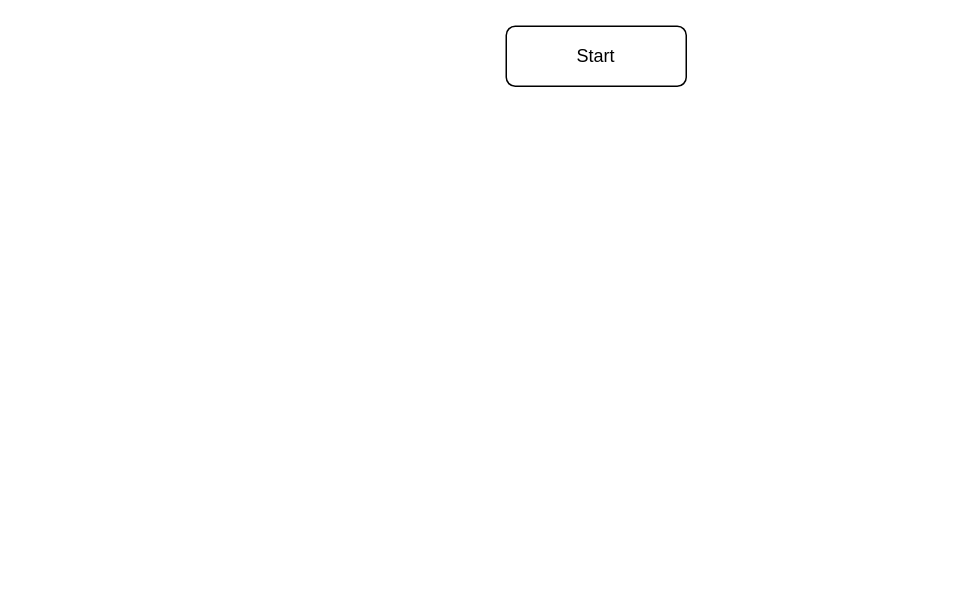
Adamarthis/labs keeps this draw.io diagram as lab5-1var1.drawio. Above is the earlier version. Source tidied: cells renumbered, new cells numbered last; positions are measured from the earlier drawing's top-left corner, leaving out a move shared by most shapes. Both pictures are drawn from the tidied source at 150%, with x=0, y=0 at pixel (506, 26).
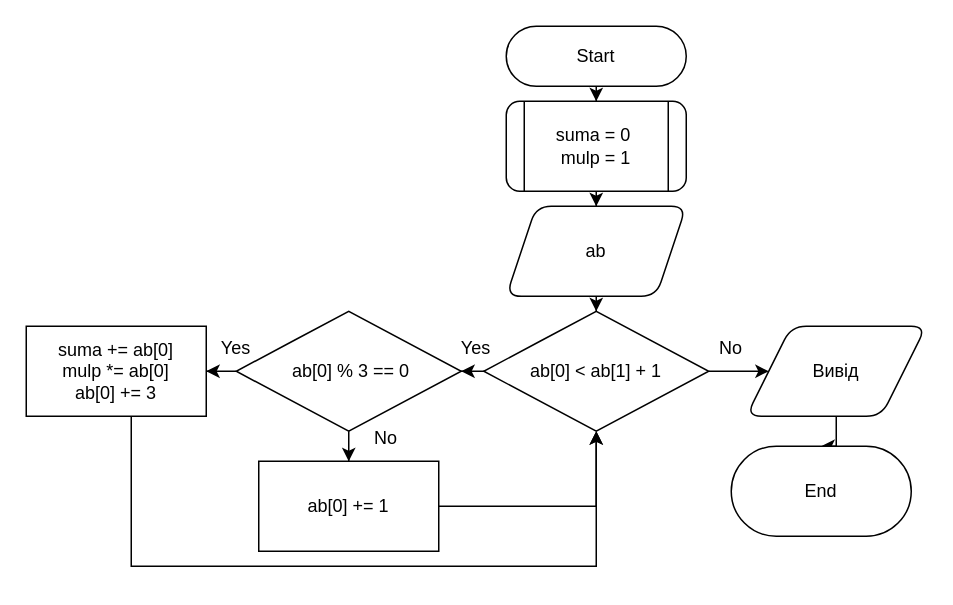
The same page after the edit.

Diff of the diagram source:
```diff
@@
+    <mxCell id="3" style="edgeStyle=orthogonalEdgeStyle;rounded=0;jettySize=auto;html=1;" parent="1" edge="1" source="2" target="5">
+      <mxGeometry relative="1" as="geometry" />
+    </mxCell>
-    <mxCell id="2" value="Start" style="rounded=1;whiteSpace=wrap;html=1;fontSize=12;glass=0;strokeWidth=1;shadow=0;" parent="1" vertex="1">
+    <mxCell id="2" value="Start" style="rounded=1;whiteSpace=wrap;html=1;fontSize=12;glass=0;strokeWidth=1;shadow=0;arcSize=50;" parent="1" vertex="1">
       <mxGeometry width="120" height="40" as="geometry" />
     </mxCell>
+    <mxCell id="4" style="edgeStyle=orthogonalEdgeStyle;rounded=0;jettySize=auto;html=1;" parent="1" edge="1" source="5" target="7">
+      <mxGeometry relative="1" as="geometry" />
+    </mxCell>
+    <mxCell id="5" value="suma = 0&amp;nbsp;&lt;div&gt;mulp = 1&lt;/div&gt;" style="shape=process;whiteSpace=wrap;html=1;backgroundOutline=1;rounded=1;glass=0;strokeWidth=1;shadow=0;" parent="1" vertex="1">
+      <mxGeometry y="50" width="120" height="60" as="geometry" />
+    </mxCell>
+    <mxCell id="6" style="edgeStyle=orthogonalEdgeStyle;rounded=0;jettySize=auto;html=1;" parent="1" edge="1" source="7" target="10">
+      <mxGeometry relative="1" as="geometry" />
+    </mxCell>
+    <mxCell id="7" value="ab" style="shape=parallelogram;perimeter=parallelogramPerimeter;whiteSpace=wrap;html=1;fixedSize=1;rounded=1;glass=0;strokeWidth=1;shadow=0;" parent="1" vertex="1">
+      <mxGeometry y="120" width="120" height="60" as="geometry" />
+    </mxCell>
+    <mxCell id="8" style="edgeStyle=orthogonalEdgeStyle;rounded=0;jettySize=auto;html=1;" parent="1" edge="1" source="10" target="13">
+      <mxGeometry relative="1" as="geometry" />
+    </mxCell>
+    <mxCell id="9" style="edgeStyle=orthogonalEdgeStyle;rounded=0;jettySize=auto;html=1;entryX=0;entryY=0.5;entryDx=0;entryDy=0;" parent="1" edge="1" source="10" target="23">
+      <mxGeometry relative="1" as="geometry" />
+    </mxCell>
+    <mxCell id="10" value="ab[0] &lt; ab[1] + 1" style="rhombus;whiteSpace=wrap;html=1;rounded=1;glass=0;strokeWidth=1;shadow=0;arcSize=0;" parent="1" vertex="1">
+      <mxGeometry x="-15" y="190" width="150" height="80" as="geometry" />
+    </mxCell>
+    <mxCell id="11" style="edgeStyle=orthogonalEdgeStyle;rounded=0;jettySize=auto;html=1;" parent="1" edge="1" source="13" target="15">
+      <mxGeometry relative="1" as="geometry" />
+    </mxCell>
+    <mxCell id="12" style="edgeStyle=orthogonalEdgeStyle;rounded=0;jettySize=auto;html=1;" parent="1" edge="1" source="13" target="17">
+      <mxGeometry relative="1" as="geometry" />
+    </mxCell>
+    <mxCell id="13" value="&amp;nbsp;ab[0] % 3 == 0" style="rhombus;whiteSpace=wrap;html=1;rounded=1;glass=0;strokeWidth=1;shadow=0;arcSize=0;" parent="1" vertex="1">
+      <mxGeometry x="-180" y="190" width="150" height="80" as="geometry" />
+    </mxCell>
+    <mxCell id="14" style="edgeStyle=orthogonalEdgeStyle;rounded=0;jettySize=auto;html=1;entryX=0.5;entryY=1;entryDx=0;entryDy=0;" parent="1" edge="1" source="15" target="10">
+      <mxGeometry relative="1" as="geometry">
+        <Array as="points">
+          <mxPoint x="-250" y="360" />
+          <mxPoint x="60" y="360" />
+        </Array>
+      </mxGeometry>
+    </mxCell>
+    <mxCell id="15" value="&lt;div&gt;suma += ab[0]&lt;/div&gt;&lt;div&gt;&amp;nbsp;mulp *= ab[0]&amp;nbsp;&lt;/div&gt;&lt;div&gt;ab[0] += 3&lt;/div&gt;" style="whiteSpace=wrap;html=1;rounded=1;glass=0;strokeWidth=1;shadow=0;arcSize=0;" parent="1" vertex="1">
+      <mxGeometry x="-320" y="200" width="120" height="60" as="geometry" />
+    </mxCell>
+    <mxCell id="16" style="edgeStyle=orthogonalEdgeStyle;rounded=0;jettySize=auto;html=1;entryX=0.5;entryY=1;entryDx=0;entryDy=0;" parent="1" edge="1" source="17" target="10">
+      <mxGeometry relative="1" as="geometry" />
+    </mxCell>
+    <mxCell id="17" value="ab[0] += 1" style="whiteSpace=wrap;html=1;rounded=1;glass=0;strokeWidth=1;shadow=0;arcSize=0;" parent="1" vertex="1">
+      <mxGeometry x="-165" y="290" width="120" height="60" as="geometry" />
+    </mxCell>
+    <mxCell id="18" value="Yes" style="text;html=1;align=center;verticalAlign=middle;whiteSpace=wrap;rounded=0;" parent="1" vertex="1">
+      <mxGeometry x="-50" y="200" width="60" height="30" as="geometry" />
+    </mxCell>
+    <mxCell id="19" value="Yes" style="text;html=1;align=center;verticalAlign=middle;whiteSpace=wrap;rounded=0;" parent="1" vertex="1">
+      <mxGeometry x="-210" y="200" width="60" height="30" as="geometry" />
+    </mxCell>
+    <mxCell id="20" value="No" style="text;html=1;align=center;verticalAlign=middle;whiteSpace=wrap;rounded=0;" parent="1" vertex="1">
+      <mxGeometry x="-110" y="260" width="60" height="30" as="geometry" />
+    </mxCell>
+    <mxCell id="21" value="No" style="text;html=1;align=center;verticalAlign=middle;whiteSpace=wrap;rounded=0;" parent="1" vertex="1">
+      <mxGeometry x="120" y="200" width="60" height="30" as="geometry" />
+    </mxCell>
+    <mxCell id="22" style="edgeStyle=orthogonalEdgeStyle;rounded=0;jettySize=auto;html=1;" parent="1" edge="1" source="23" target="24">
+      <mxGeometry relative="1" as="geometry" />
+    </mxCell>
+    <mxCell id="23" value="Вивід" style="shape=parallelogram;perimeter=parallelogramPerimeter;whiteSpace=wrap;html=1;fixedSize=1;size=30;rounded=1;" parent="1" vertex="1">
+      <mxGeometry x="160" y="200" width="120" height="60" as="geometry" />
+    </mxCell>
+    <mxCell id="24" value="End" style="whiteSpace=wrap;html=1;rounded=1;arcSize=50;" parent="1" vertex="1">
+      <mxGeometry x="150" y="280" width="120" height="60" as="geometry" />
+    </mxCell>
```
